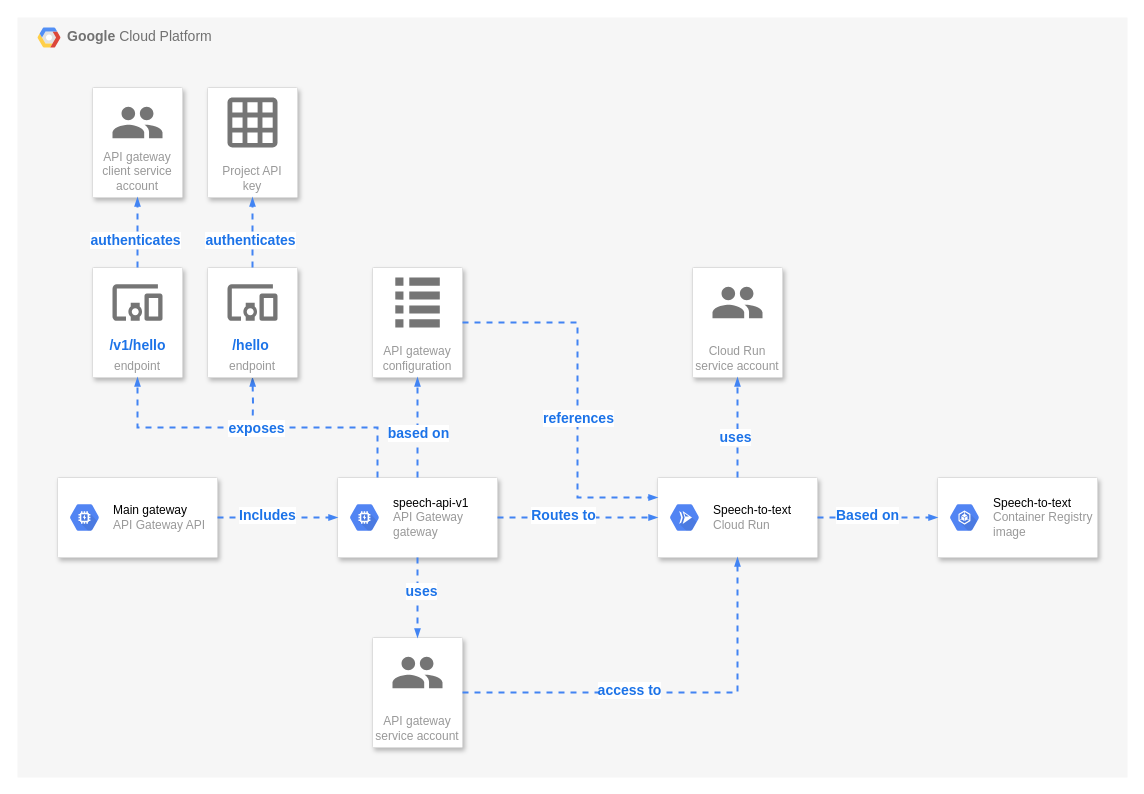
Before: doc/speech-to-text.drawio in LaurensVijnck/speech-api, a draw.io diagram. Source tidied: cells renumbered, new cells numbered last; positions are measured from the earlier drawing's top-left corner, leaving out a move shared by most shapes. Both pictures are drawn from the tidied source at 100%, with x=0, y=0 at pixel (17, 17).
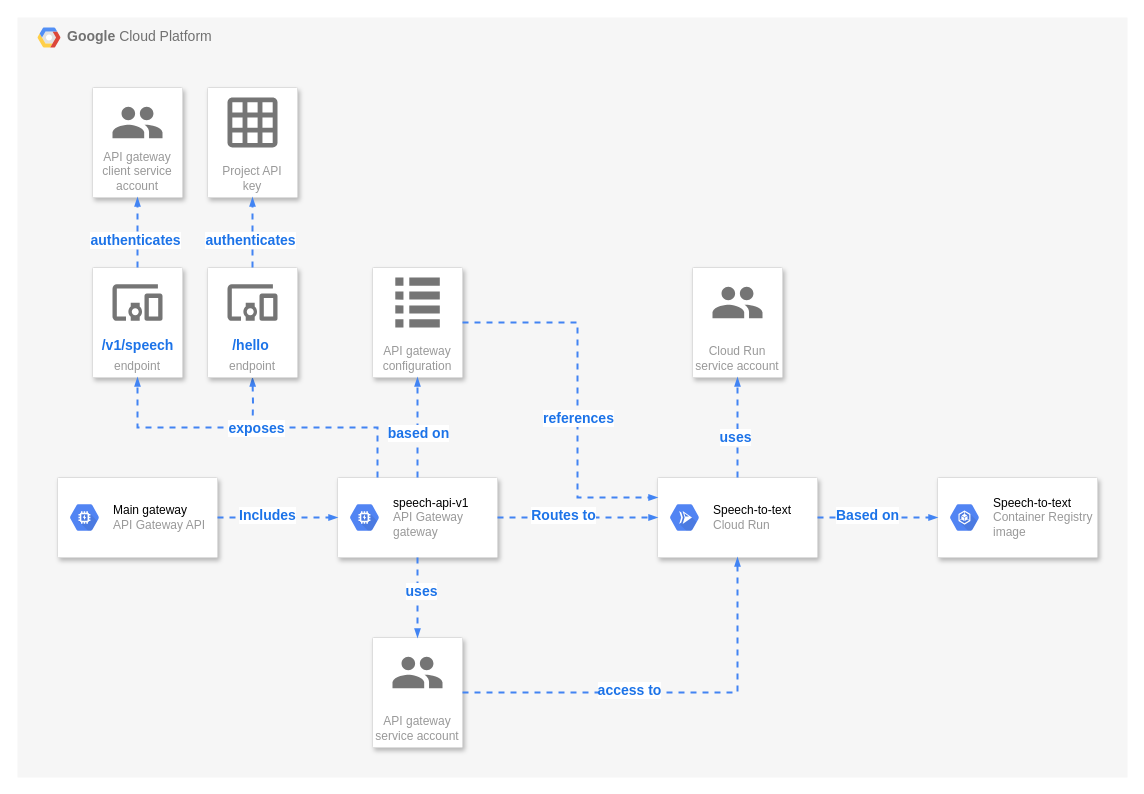
Above is the later version.

The change refers to these unchanged cells:
```xml
<mxCell id="42" value="&#10;endpoint" style="strokeColor=#dddddd;shadow=1;strokeWidth=1;rounded=1;absoluteArcSize=1;arcSize=2;labelPosition=center;verticalLabelPosition=middle;align=center;verticalAlign=bottom;spacingLeft=0;fontColor=#999999;fontSize=12;whiteSpace=wrap;spacingBottom=2;" parent="1" vertex="1">
  <mxGeometry x="75" y="250" width="90" height="110" as="geometry" />
</mxCell>
```

Change to the diagram source:
```diff
@@
-    <mxCell id="44" value="/v1/hello" style="text;html=1;align=center;verticalAlign=middle;labelBackgroundColor=#ffffff;fontColor=#1C73E8;fontStyle=1;fontSize=14;" parent="42" vertex="1">
+    <mxCell id="44" value="/v1/speech" style="text;html=1;align=center;verticalAlign=middle;labelBackgroundColor=#ffffff;fontColor=#1C73E8;fontStyle=1;fontSize=14;" parent="42" vertex="1">
       <mxGeometry x="78" y="80" as="geometry">
         <mxPoint x="-33.3" y="-3" as="offset" />
       </mxGeometry>
     </mxCell>
```
